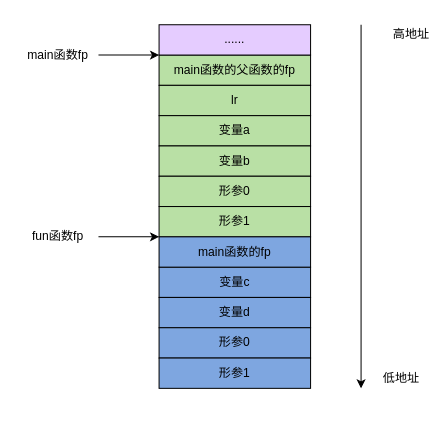
jasonactions/graph keeps this draw.io diagram as function frame.drawio. Above is the earlier version. Source tidied: cells renumbered, new cells numbered last; positions are measured from the earlier drawing's top-left corner, leaving out a move shared by most shapes. Both pictures are drawn from the tidied source at 101%, with x=0, y=0 at pixel (17, 24).
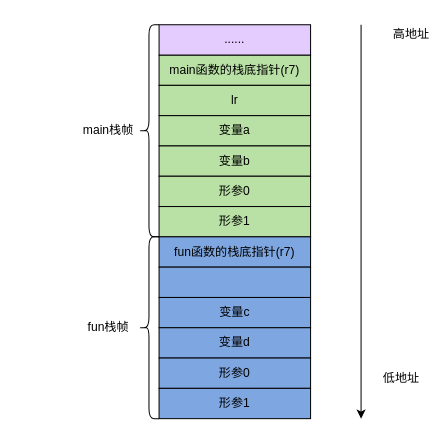
After the change.

Diff of the diagram source:
```diff
@@
-    <mxCell id="2" value="main函数的父函数的fp" style="rounded=0;whiteSpace=wrap;html=1;fillColor=#B9E0A5;" parent="1" vertex="1">
+    <mxCell id="2" value="main函数的栈底指针(r7)" style="rounded=0;whiteSpace=wrap;html=1;fillColor=#B9E0A5;" parent="1" vertex="1">
       <mxGeometry x="140" y="30" width="150" height="30" as="geometry" />
     </mxCell>
@@
-    <mxCell id="4" style="endArrow=classic;html=1;entryX=0;entryY=0;entryDx=0;entryDy=0;" parent="1" edge="1">
-      <mxGeometry relative="1" as="geometry">
-        <mxPoint x="80" y="30" as="sourcePoint" />
-        <mxPoint x="140" y="30" as="targetPoint" />
-      </mxGeometry>
-    </mxCell>
-    <mxCell id="5" value="main函数fp" style="text;html=1;strokeColor=none;fillColor=none;align=center;verticalAlign=middle;whiteSpace=wrap;rounded=0;" parent="1" vertex="1">
-      <mxGeometry y="20" width="80" height="20" as="geometry" />
-    </mxCell>
@@
     <mxCell id="11" value="变量c" style="rounded=0;whiteSpace=wrap;html=1;fillColor=#7EA6E0;" parent="1" vertex="1">
-      <mxGeometry x="140" y="240" width="150" height="30" as="geometry" />
+      <mxGeometry x="140" y="270" width="150" height="30" as="geometry" />
     </mxCell>
-    <mxCell id="12" value="main函数的fp" style="rounded=0;whiteSpace=wrap;html=1;fillColor=#7EA6E0;" parent="1" vertex="1">
+    <mxCell id="12" value="fun函数的栈底指针(r7)" style="rounded=0;whiteSpace=wrap;html=1;fillColor=#7EA6E0;" parent="1" vertex="1">
       <mxGeometry x="140" y="210" width="150" height="30" as="geometry" />
     </mxCell>
     <mxCell id="13" value="变量d" style="rounded=0;whiteSpace=wrap;html=1;fillColor=#7EA6E0;" parent="1" vertex="1">
-      <mxGeometry x="140" y="270" width="150" height="30" as="geometry" />
+      <mxGeometry x="140" y="300" width="150" height="30" as="geometry" />
     </mxCell>
     <mxCell id="14" value="形参0" style="rounded=0;whiteSpace=wrap;html=1;fillColor=#7EA6E0;" parent="1" vertex="1">
-      <mxGeometry x="140" y="300" width="150" height="30" as="geometry" />
+      <mxGeometry x="140" y="330" width="150" height="30" as="geometry" />
     </mxCell>
     <mxCell id="15" value="形参1" style="rounded=0;whiteSpace=wrap;html=1;fillColor=#7EA6E0;" parent="1" vertex="1">
-      <mxGeometry x="140" y="330" width="150" height="30" as="geometry" />
+      <mxGeometry x="140" y="360" width="150" height="30" as="geometry" />
     </mxCell>
-    <mxCell id="16" style="endArrow=classic;html=1;entryX=0;entryY=0;entryDx=0;entryDy=0;" parent="1" edge="1">
-      <mxGeometry relative="1" as="geometry">
-        <mxPoint x="80" y="210" as="sourcePoint" />
-        <mxPoint x="140" y="210" as="targetPoint" />
-      </mxGeometry>
-    </mxCell>
-    <mxCell id="17" value="fun函数fp" style="text;html=1;strokeColor=none;fillColor=none;align=center;verticalAlign=middle;whiteSpace=wrap;rounded=0;" parent="1" vertex="1">
-      <mxGeometry y="200" width="80" height="20" as="geometry" />
-    </mxCell>
     <mxCell id="18" style="endArrow=classic;html=1;" parent="1" edge="1">
       <mxGeometry relative="1" as="geometry">
         <mxPoint x="340" as="sourcePoint" />
-        <mxPoint x="340" y="360" as="targetPoint" />
+        <mxPoint x="340" y="390" as="targetPoint" />
       </mxGeometry>
     </mxCell>
@@
+    <mxCell id="21" style="rounded=0;whiteSpace=wrap;html=1;fillColor=#7EA6E0;" parent="1" vertex="1">
+      <mxGeometry x="140" y="240" width="150" height="30" as="geometry" />
+    </mxCell>
+    <mxCell id="22" value="main栈帧" style="text;html=1;strokeColor=none;fillColor=none;align=center;verticalAlign=middle;whiteSpace=wrap;rounded=0;" parent="1" vertex="1">
+      <mxGeometry x="60" y="95" width="60" height="20" as="geometry" />
+    </mxCell>
+    <mxCell id="23" value="fun栈帧" style="text;html=1;strokeColor=none;fillColor=none;align=center;verticalAlign=middle;whiteSpace=wrap;rounded=0;" parent="1" vertex="1">
+      <mxGeometry x="60" y="290" width="60" height="20" as="geometry" />
+    </mxCell>
+    <mxCell id="24" style="shape=curlyBracket;whiteSpace=wrap;html=1;rounded=1;fillColor=#7EA6E0;" parent="1" vertex="1">
+      <mxGeometry x="120" width="20" height="210" as="geometry" />
+    </mxCell>
+    <mxCell id="25" style="shape=curlyBracket;whiteSpace=wrap;html=1;rounded=1;fillColor=#7EA6E0;" parent="1" vertex="1">
+      <mxGeometry x="120" y="210" width="20" height="180" as="geometry" />
+    </mxCell>
```
